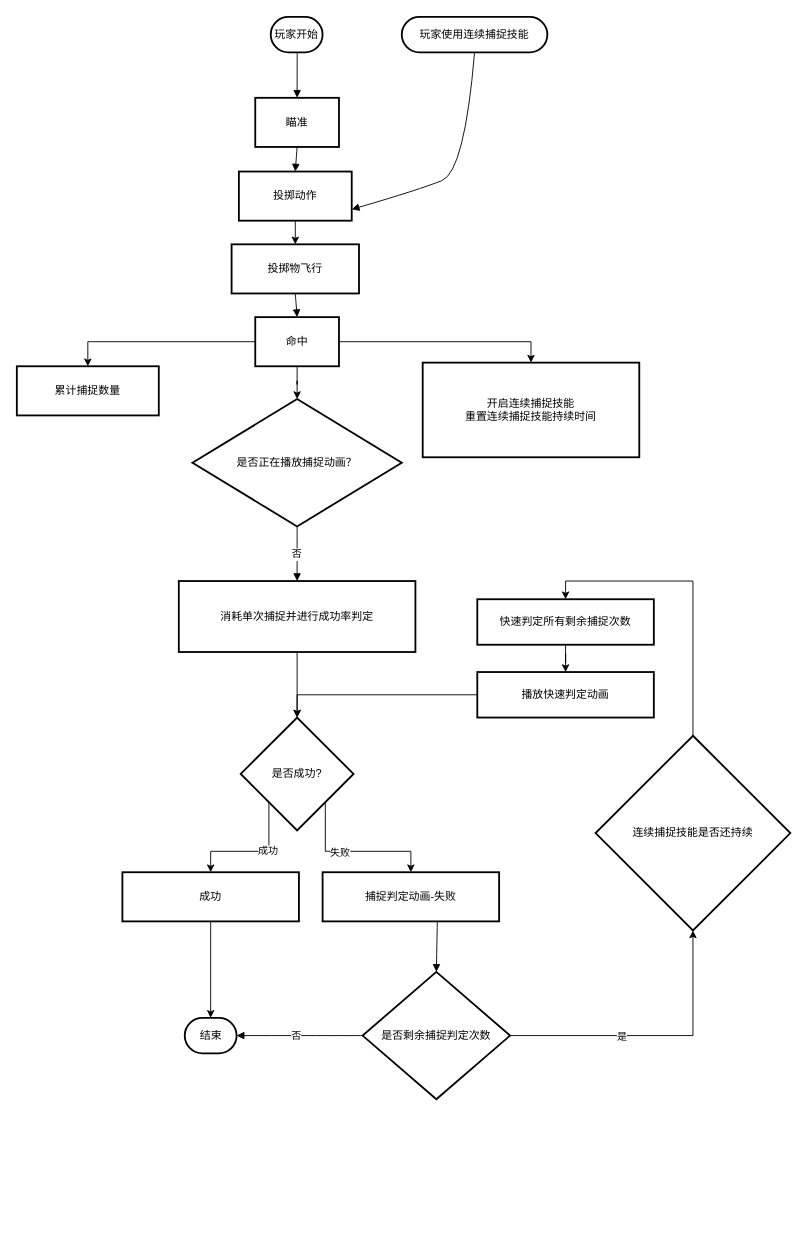
Above: PGamePetCaptureFlow.drawio in tcmxx/TCMXXDrawIO (draw.io), before the change. Source tidied: cells renumbered, new cells numbered last; positions are measured from the earlier drawing's top-left corner, leaving out a move shared by most shapes. Both pictures are drawn from the tidied source at 91%, with x=0, y=0 at pixel (16, 16).
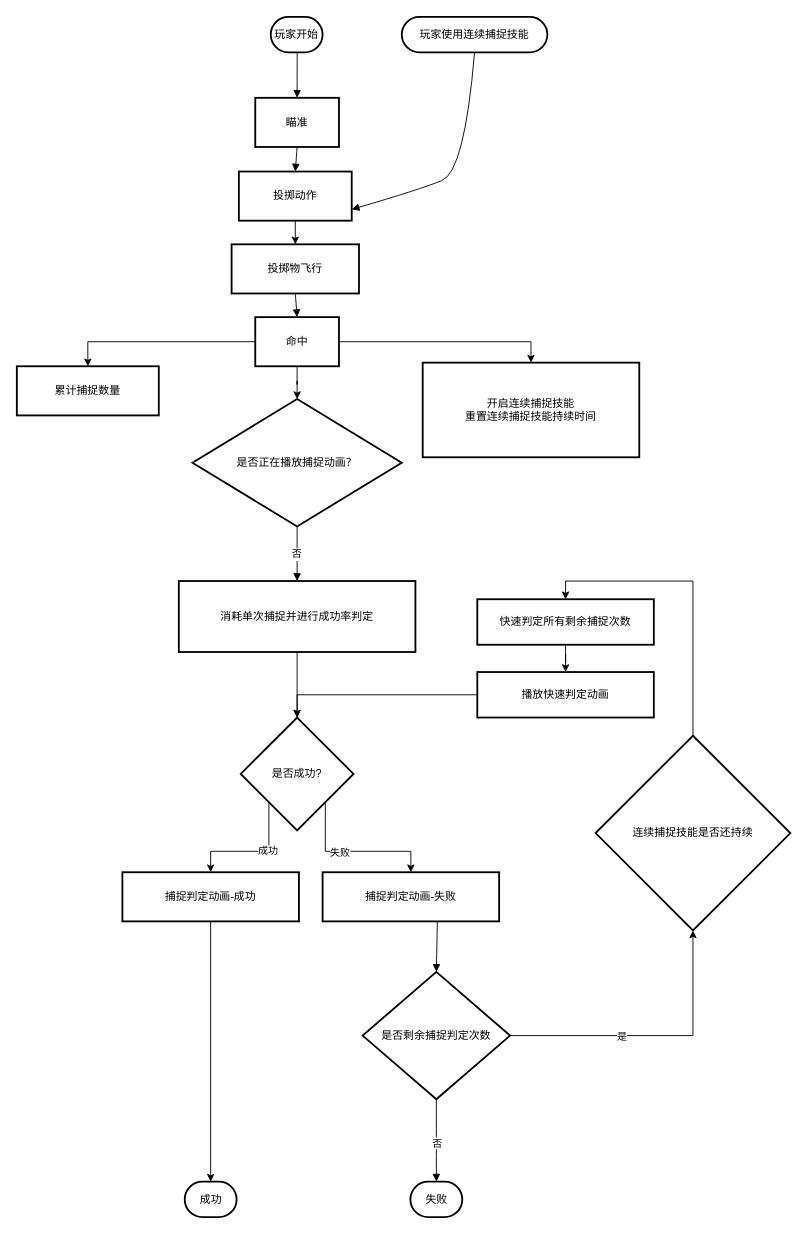
After the change.

Unchanged cells that the change refers to:
```xml
<mxCell id="11" value="是否剩余捕捉判定次数" style="rhombus;strokeWidth=2;whiteSpace=wrap;" parent="1" vertex="1">
  <mxGeometry x="380" y="1049.5" width="162" height="140" as="geometry" />
</mxCell>
```

Change to the diagram source:
```diff
@@
-    <mxCell id="8" value="结束" style="rounded=1;whiteSpace=wrap;arcSize=50;strokeWidth=2;" parent="1" vertex="1">
-      <mxGeometry x="184.5" y="1100" width="57" height="39" as="geometry" />
+    <mxCell id="8" value="成功" style="rounded=1;whiteSpace=wrap;arcSize=50;strokeWidth=2;" parent="1" vertex="1">
+      <mxGeometry x="184.5" y="1280" width="57" height="39" as="geometry" />
     </mxCell>
@@
-    <mxCell id="18" value="成功" style="whiteSpace=wrap;strokeWidth=2;" parent="1" vertex="1">
+    <mxCell id="18" value="捕捉判定动画-成功" style="whiteSpace=wrap;strokeWidth=2;" parent="1" vertex="1">
       <mxGeometry x="116" y="940" width="194" height="54" as="geometry" />
     </mxCell>
@@
-    <mxCell id="34" style="curved=1;startArrow=none;endArrow=block;exitX=0;exitY=0.5;rounded=0;exitDx=0;exitDy=0;entryX=1;entryY=0.5;entryDx=0;entryDy=0;" parent="1" edge="1" source="11" target="8">
+    <mxCell id="34" style="curved=1;startArrow=none;endArrow=block;exitX=0.5;exitY=1;rounded=0;exitDx=0;exitDy=0;entryX=0.5;entryY=0;entryDx=0;entryDy=0;" parent="1" edge="1" source="11" target="43">
       <mxGeometry relative="1" as="geometry" />
     </mxCell>
@@
+    <mxCell id="43" value="失败" style="rounded=1;whiteSpace=wrap;arcSize=50;strokeWidth=2;" parent="1" vertex="1">
+      <mxGeometry x="432.5" y="1280" width="57" height="39" as="geometry" />
+    </mxCell>
```
